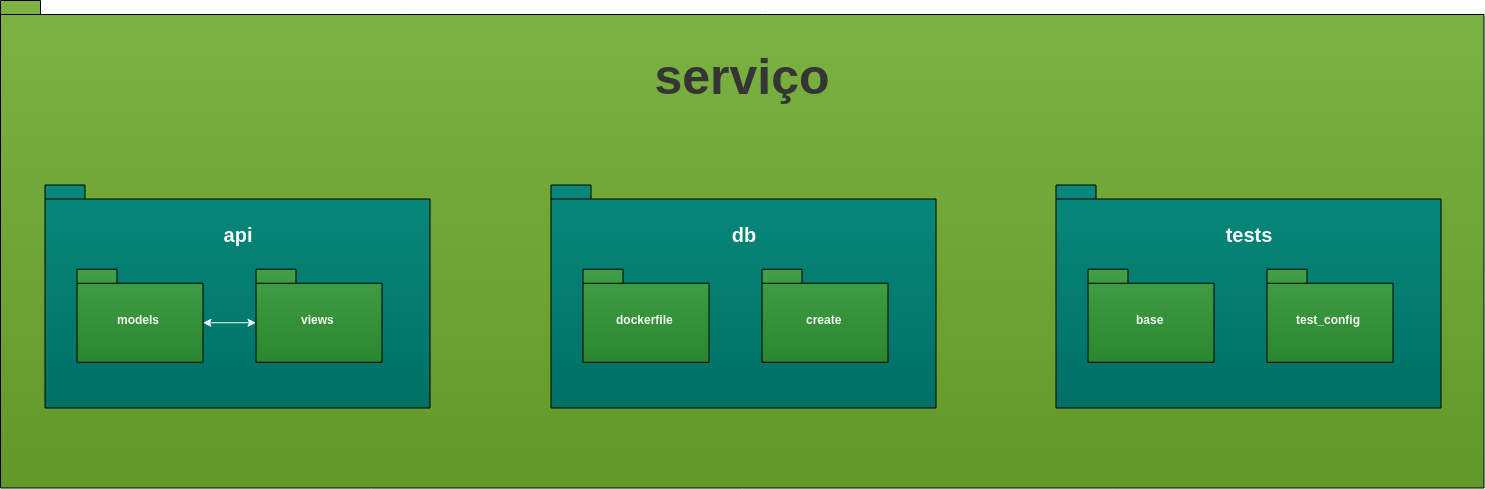
pax-app/Wiki keeps this draw.io diagram as assets/pacotesBack.png. Above is the earlier version. Source tidied: cells renumbered, new cells last; positions are measured from the earlier drawing's top-left corner, leaving out a move shared by most shapes. Source of this version:
```xml
<mxGraphModel>
  <root>
    <mxCell id="0" />
    <mxCell id="1" parent="0" />
    <mxCell id="2" style="group;" parent="1" vertex="1">
      <mxGeometry width="1483.5" height="487.5" as="geometry" />
    </mxCell>
    <mxCell id="3" style="shape=folder;fontStyle=1;spacingTop=10;tabWidth=40;tabHeight=14;tabPosition=left;html=1;fillColor=#7cb342;labelBackgroundColor=#FFFFFF;gradientColor=#639929;" parent="2" vertex="1">
      <mxGeometry width="1483.5" height="487.5" as="geometry" />
    </mxCell>
    <mxCell id="4" value="&lt;h1 style=&quot;font-size: 50px;&quot;&gt;serviço&lt;/h1&gt;" style="text;html=1;strokeColor=none;fillColor=none;align=center;verticalAlign=middle;whiteSpace=wrap;rounded=0;fontSize=50;fontColor=#353535;" parent="2" vertex="1">
      <mxGeometry x="663.7" y="57.1" width="155.5" height="36.8" as="geometry" />
    </mxCell>
    <mxCell id="5" style="shape=folder;fontStyle=1;spacingTop=10;tabWidth=40;tabHeight=14;tabPosition=left;html=1;flipH=0;fillColor=#08897B;fontColor=#f7f7f7;flipV=0;gradientColor=#007065;" parent="2" vertex="1">
      <mxGeometry x="44.5" y="184.5" width="385" height="223" as="geometry" />
    </mxCell>
    <mxCell id="6" value="&lt;h1 style=&quot;font-size: 20px;&quot;&gt;api&lt;/h1&gt;" style="text;html=1;strokeColor=none;fillColor=none;align=center;verticalAlign=middle;whiteSpace=wrap;rounded=0;fontSize=20;fontColor=#F7F7F7;" parent="2" vertex="1">
      <mxGeometry x="159.2" y="216.1" width="155.5" height="36.8" as="geometry" />
    </mxCell>
    <mxCell id="7" value="&lt;font&gt;views&lt;br&gt;&lt;/font&gt;" style="shape=folder;fontStyle=1;spacingTop=10;tabWidth=40;tabHeight=14;tabPosition=left;html=1;flipH=0;fillColor=#43a047;fontColor=#f7f7f7;flipV=0;gradientColor=#2B872F;" parent="2" vertex="1">
      <mxGeometry x="255.5" y="268.8" width="126" height="93" as="geometry" />
    </mxCell>
    <mxCell id="8" value="&lt;font&gt;models&lt;/font&gt;" style="shape=folder;fontStyle=1;spacingTop=10;tabWidth=40;tabHeight=14;tabPosition=left;html=1;flipH=0;fillColor=#43a047;fontColor=#f7f7f7;flipV=0;gradientColor=#2B872F;" parent="2" vertex="1">
      <mxGeometry x="76.5" y="268.8" width="126" height="93" as="geometry" />
    </mxCell>
    <mxCell id="9" style="endArrow=classic;startArrow=classic;html=1;fontColor=#43A047;entryX=0;entryY=0;entryDx=0;entryDy=53.5;entryPerimeter=0;exitX=0;exitY=0;exitDx=125.99999999999999;exitDy=53.5;exitPerimeter=0;strokeColor=#f7f7f7;" parent="2" edge="1" source="8" target="7">
      <mxGeometry relative="1" as="geometry" />
    </mxCell>
    <mxCell id="10" style="shape=folder;fontStyle=1;spacingTop=10;tabWidth=40;tabHeight=14;tabPosition=left;html=1;flipH=0;fillColor=#08897B;fontColor=#f7f7f7;flipV=0;gradientColor=#007065;" parent="2" vertex="1">
      <mxGeometry x="550.5" y="184.5" width="385" height="223" as="geometry" />
    </mxCell>
    <mxCell id="11" value="&lt;h1 style=&quot;font-size: 20px&quot;&gt;db&lt;/h1&gt;" style="text;html=1;strokeColor=none;fillColor=none;align=center;verticalAlign=middle;whiteSpace=wrap;rounded=0;fontSize=20;fontColor=#F7F7F7;" parent="2" vertex="1">
      <mxGeometry x="665.2" y="216.1" width="155.5" height="36.8" as="geometry" />
    </mxCell>
    <mxCell id="12" value="&lt;font&gt;create&lt;br&gt;&lt;/font&gt;" style="shape=folder;fontStyle=1;spacingTop=10;tabWidth=40;tabHeight=14;tabPosition=left;html=1;flipH=0;fillColor=#43a047;fontColor=#f7f7f7;flipV=0;gradientColor=#2B872F;" parent="2" vertex="1">
      <mxGeometry x="761.5" y="268.8" width="126" height="93" as="geometry" />
    </mxCell>
    <mxCell id="13" value="&lt;font&gt;dockerfile&lt;/font&gt;" style="shape=folder;fontStyle=1;spacingTop=10;tabWidth=40;tabHeight=14;tabPosition=left;html=1;flipH=0;fillColor=#43a047;fontColor=#f7f7f7;flipV=0;gradientColor=#2B872F;" parent="2" vertex="1">
      <mxGeometry x="582.5" y="268.8" width="126" height="93" as="geometry" />
    </mxCell>
    <mxCell id="14" style="shape=folder;fontStyle=1;spacingTop=10;tabWidth=40;tabHeight=14;tabPosition=left;html=1;flipH=0;fillColor=#08897B;fontColor=#f7f7f7;flipV=0;gradientColor=#007065;" parent="2" vertex="1">
      <mxGeometry x="1055.5" y="184.5" width="385" height="223" as="geometry" />
    </mxCell>
    <mxCell id="15" value="&lt;h1 style=&quot;font-size: 20px&quot;&gt;tests&lt;/h1&gt;" style="text;html=1;strokeColor=none;fillColor=none;align=center;verticalAlign=middle;whiteSpace=wrap;rounded=0;fontSize=20;fontColor=#F7F7F7;" parent="2" vertex="1">
      <mxGeometry x="1170.2" y="216.1" width="155.5" height="36.8" as="geometry" />
    </mxCell>
    <mxCell id="16" value="&lt;font&gt;test_config&lt;br&gt;&lt;/font&gt;" style="shape=folder;fontStyle=1;spacingTop=10;tabWidth=40;tabHeight=14;tabPosition=left;html=1;flipH=0;fillColor=#43a047;fontColor=#f7f7f7;flipV=0;gradientColor=#2B872F;" parent="2" vertex="1">
      <mxGeometry x="1266.5" y="268.8" width="126" height="93" as="geometry" />
    </mxCell>
    <mxCell id="17" value="&lt;font&gt;base&lt;/font&gt;" style="shape=folder;fontStyle=1;spacingTop=10;tabWidth=40;tabHeight=14;tabPosition=left;html=1;flipH=0;fillColor=#43a047;fontColor=#f7f7f7;flipV=0;gradientColor=#2B872F;" parent="2" vertex="1">
      <mxGeometry x="1087.5" y="268.8" width="126" height="93" as="geometry" />
    </mxCell>
  </root>
</mxGraphModel>
```
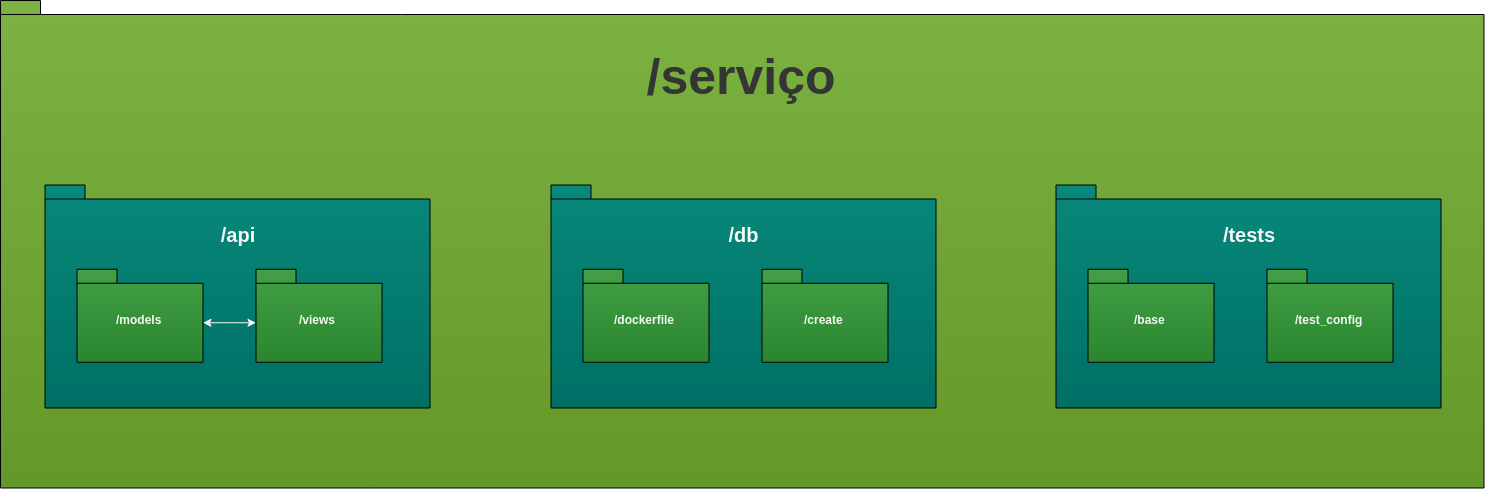
After the commit.

Commit message:
Add backend packege

The edit, as a diff of the source:
```diff
@@ -8,19 +8,19 @@
     <mxCell id="3" style="shape=folder;fontStyle=1;spacingTop=10;tabWidth=40;tabHeight=14;tabPosition=left;html=1;fillColor=#7cb342;labelBackgroundColor=#FFFFFF;gradientColor=#639929;" parent="2" vertex="1">
       <mxGeometry width="1483.5" height="487.5" as="geometry" />
     </mxCell>
-    <mxCell id="4" value="&lt;h1 style=&quot;font-size: 50px;&quot;&gt;serviço&lt;/h1&gt;" style="text;html=1;strokeColor=none;fillColor=none;align=center;verticalAlign=middle;whiteSpace=wrap;rounded=0;fontSize=50;fontColor=#353535;" parent="2" vertex="1">
+    <mxCell id="4" value="&lt;h1 style=&quot;font-size: 50px&quot;&gt;/serviço&lt;/h1&gt;" style="text;html=1;strokeColor=none;fillColor=none;align=center;verticalAlign=middle;whiteSpace=wrap;rounded=0;fontSize=50;fontColor=#353535;" parent="2" vertex="1">
       <mxGeometry x="663.7" y="57.1" width="155.5" height="36.8" as="geometry" />
     </mxCell>
     <mxCell id="5" style="shape=folder;fontStyle=1;spacingTop=10;tabWidth=40;tabHeight=14;tabPosition=left;html=1;flipH=0;fillColor=#08897B;fontColor=#f7f7f7;flipV=0;gradientColor=#007065;" parent="2" vertex="1">
       <mxGeometry x="44.5" y="184.5" width="385" height="223" as="geometry" />
     </mxCell>
-    <mxCell id="6" value="&lt;h1 style=&quot;font-size: 20px;&quot;&gt;api&lt;/h1&gt;" style="text;html=1;strokeColor=none;fillColor=none;align=center;verticalAlign=middle;whiteSpace=wrap;rounded=0;fontSize=20;fontColor=#F7F7F7;" parent="2" vertex="1">
+    <mxCell id="6" value="&lt;h1 style=&quot;font-size: 20px&quot;&gt;/api&lt;/h1&gt;" style="text;html=1;strokeColor=none;fillColor=none;align=center;verticalAlign=middle;whiteSpace=wrap;rounded=0;fontSize=20;fontColor=#F7F7F7;" parent="2" vertex="1">
       <mxGeometry x="159.2" y="216.1" width="155.5" height="36.8" as="geometry" />
     </mxCell>
-    <mxCell id="7" value="&lt;font&gt;views&lt;br&gt;&lt;/font&gt;" style="shape=folder;fontStyle=1;spacingTop=10;tabWidth=40;tabHeight=14;tabPosition=left;html=1;flipH=0;fillColor=#43a047;fontColor=#f7f7f7;flipV=0;gradientColor=#2B872F;" parent="2" vertex="1">
+    <mxCell id="7" value="&lt;font&gt;/views&lt;br&gt;&lt;/font&gt;" style="shape=folder;fontStyle=1;spacingTop=10;tabWidth=40;tabHeight=14;tabPosition=left;html=1;flipH=0;fillColor=#43a047;fontColor=#f7f7f7;flipV=0;gradientColor=#2B872F;" parent="2" vertex="1">
       <mxGeometry x="255.5" y="268.8" width="126" height="93" as="geometry" />
     </mxCell>
-    <mxCell id="8" value="&lt;font&gt;models&lt;/font&gt;" style="shape=folder;fontStyle=1;spacingTop=10;tabWidth=40;tabHeight=14;tabPosition=left;html=1;flipH=0;fillColor=#43a047;fontColor=#f7f7f7;flipV=0;gradientColor=#2B872F;" parent="2" vertex="1">
+    <mxCell id="8" value="&lt;font&gt;/models&lt;/font&gt;" style="shape=folder;fontStyle=1;spacingTop=10;tabWidth=40;tabHeight=14;tabPosition=left;html=1;flipH=0;fillColor=#43a047;fontColor=#f7f7f7;flipV=0;gradientColor=#2B872F;" parent="2" vertex="1">
       <mxGeometry x="76.5" y="268.8" width="126" height="93" as="geometry" />
     </mxCell>
     <mxCell id="9" style="endArrow=classic;startArrow=classic;html=1;fontColor=#43A047;entryX=0;entryY=0;entryDx=0;entryDy=53.5;entryPerimeter=0;exitX=0;exitY=0;exitDx=125.99999999999999;exitDy=53.5;exitPerimeter=0;strokeColor=#f7f7f7;" parent="2" edge="1" source="8" target="7">
@@ -29,25 +29,25 @@
     <mxCell id="10" style="shape=folder;fontStyle=1;spacingTop=10;tabWidth=40;tabHeight=14;tabPosition=left;html=1;flipH=0;fillColor=#08897B;fontColor=#f7f7f7;flipV=0;gradientColor=#007065;" parent="2" vertex="1">
       <mxGeometry x="550.5" y="184.5" width="385" height="223" as="geometry" />
     </mxCell>
-    <mxCell id="11" value="&lt;h1 style=&quot;font-size: 20px&quot;&gt;db&lt;/h1&gt;" style="text;html=1;strokeColor=none;fillColor=none;align=center;verticalAlign=middle;whiteSpace=wrap;rounded=0;fontSize=20;fontColor=#F7F7F7;" parent="2" vertex="1">
+    <mxCell id="11" value="&lt;h1 style=&quot;font-size: 20px&quot;&gt;/db&lt;/h1&gt;" style="text;html=1;strokeColor=none;fillColor=none;align=center;verticalAlign=middle;whiteSpace=wrap;rounded=0;fontSize=20;fontColor=#F7F7F7;" parent="2" vertex="1">
       <mxGeometry x="665.2" y="216.1" width="155.5" height="36.8" as="geometry" />
     </mxCell>
-    <mxCell id="12" value="&lt;font&gt;create&lt;br&gt;&lt;/font&gt;" style="shape=folder;fontStyle=1;spacingTop=10;tabWidth=40;tabHeight=14;tabPosition=left;html=1;flipH=0;fillColor=#43a047;fontColor=#f7f7f7;flipV=0;gradientColor=#2B872F;" parent="2" vertex="1">
+    <mxCell id="12" value="&lt;font&gt;/create&lt;br&gt;&lt;/font&gt;" style="shape=folder;fontStyle=1;spacingTop=10;tabWidth=40;tabHeight=14;tabPosition=left;html=1;flipH=0;fillColor=#43a047;fontColor=#f7f7f7;flipV=0;gradientColor=#2B872F;" parent="2" vertex="1">
       <mxGeometry x="761.5" y="268.8" width="126" height="93" as="geometry" />
     </mxCell>
-    <mxCell id="13" value="&lt;font&gt;dockerfile&lt;/font&gt;" style="shape=folder;fontStyle=1;spacingTop=10;tabWidth=40;tabHeight=14;tabPosition=left;html=1;flipH=0;fillColor=#43a047;fontColor=#f7f7f7;flipV=0;gradientColor=#2B872F;" parent="2" vertex="1">
+    <mxCell id="13" value="&lt;font&gt;/dockerfile&lt;/font&gt;" style="shape=folder;fontStyle=1;spacingTop=10;tabWidth=40;tabHeight=14;tabPosition=left;html=1;flipH=0;fillColor=#43a047;fontColor=#f7f7f7;flipV=0;gradientColor=#2B872F;" parent="2" vertex="1">
       <mxGeometry x="582.5" y="268.8" width="126" height="93" as="geometry" />
     </mxCell>
     <mxCell id="14" style="shape=folder;fontStyle=1;spacingTop=10;tabWidth=40;tabHeight=14;tabPosition=left;html=1;flipH=0;fillColor=#08897B;fontColor=#f7f7f7;flipV=0;gradientColor=#007065;" parent="2" vertex="1">
       <mxGeometry x="1055.5" y="184.5" width="385" height="223" as="geometry" />
     </mxCell>
-    <mxCell id="15" value="&lt;h1 style=&quot;font-size: 20px&quot;&gt;tests&lt;/h1&gt;" style="text;html=1;strokeColor=none;fillColor=none;align=center;verticalAlign=middle;whiteSpace=wrap;rounded=0;fontSize=20;fontColor=#F7F7F7;" parent="2" vertex="1">
+    <mxCell id="15" value="&lt;h1 style=&quot;font-size: 20px&quot;&gt;/tests&lt;/h1&gt;" style="text;html=1;strokeColor=none;fillColor=none;align=center;verticalAlign=middle;whiteSpace=wrap;rounded=0;fontSize=20;fontColor=#F7F7F7;" parent="2" vertex="1">
       <mxGeometry x="1170.2" y="216.1" width="155.5" height="36.8" as="geometry" />
     </mxCell>
-    <mxCell id="16" value="&lt;font&gt;test_config&lt;br&gt;&lt;/font&gt;" style="shape=folder;fontStyle=1;spacingTop=10;tabWidth=40;tabHeight=14;tabPosition=left;html=1;flipH=0;fillColor=#43a047;fontColor=#f7f7f7;flipV=0;gradientColor=#2B872F;" parent="2" vertex="1">
+    <mxCell id="16" value="&lt;font&gt;/test_config&lt;br&gt;&lt;/font&gt;" style="shape=folder;fontStyle=1;spacingTop=10;tabWidth=40;tabHeight=14;tabPosition=left;html=1;flipH=0;fillColor=#43a047;fontColor=#f7f7f7;flipV=0;gradientColor=#2B872F;" parent="2" vertex="1">
       <mxGeometry x="1266.5" y="268.8" width="126" height="93" as="geometry" />
     </mxCell>
-    <mxCell id="17" value="&lt;font&gt;base&lt;/font&gt;" style="shape=folder;fontStyle=1;spacingTop=10;tabWidth=40;tabHeight=14;tabPosition=left;html=1;flipH=0;fillColor=#43a047;fontColor=#f7f7f7;flipV=0;gradientColor=#2B872F;" parent="2" vertex="1">
+    <mxCell id="17" value="&lt;font&gt;/base&lt;/font&gt;" style="shape=folder;fontStyle=1;spacingTop=10;tabWidth=40;tabHeight=14;tabPosition=left;html=1;flipH=0;fillColor=#43a047;fontColor=#f7f7f7;flipV=0;gradientColor=#2B872F;" parent="2" vertex="1">
       <mxGeometry x="1087.5" y="268.8" width="126" height="93" as="geometry" />
     </mxCell>
   </root>
```
